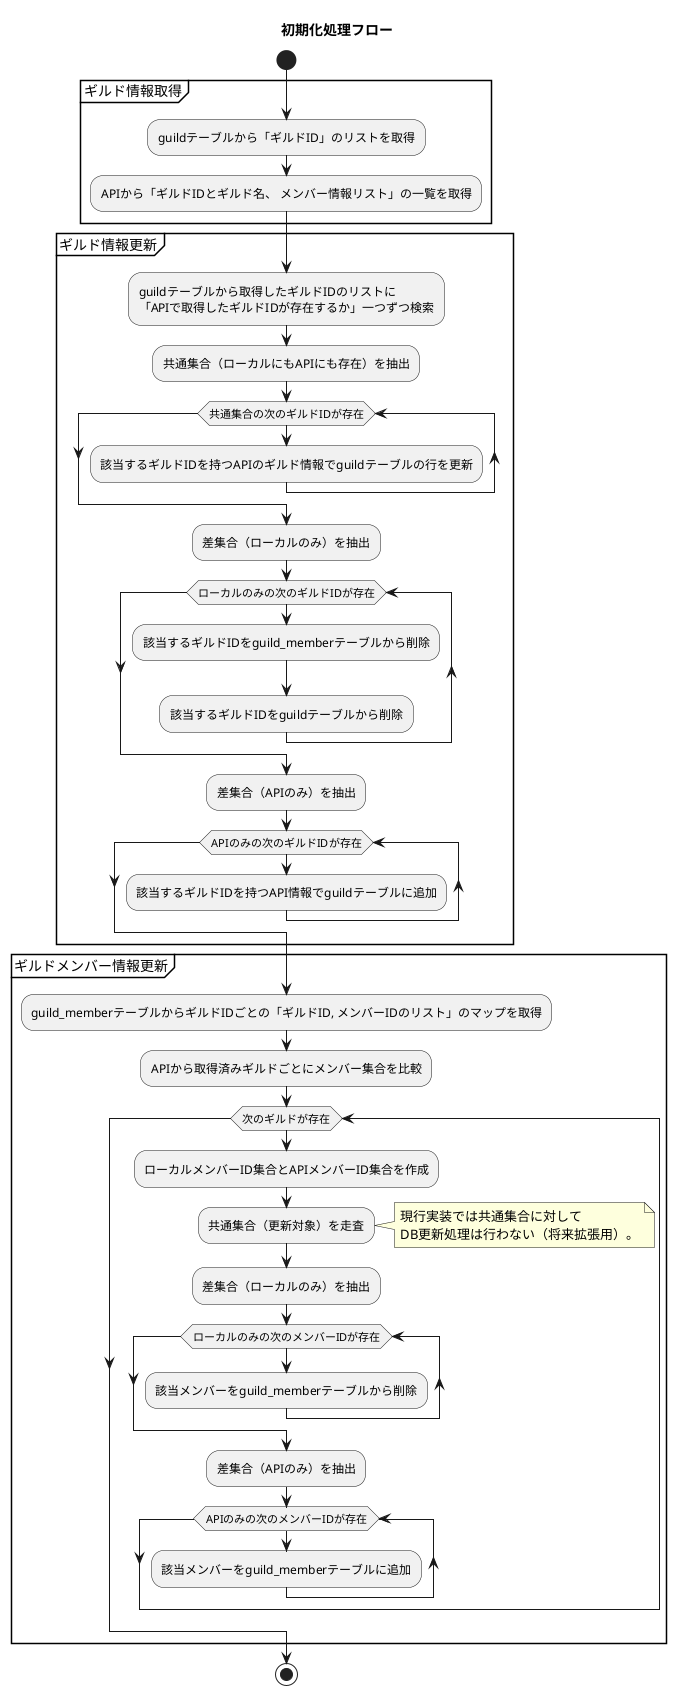
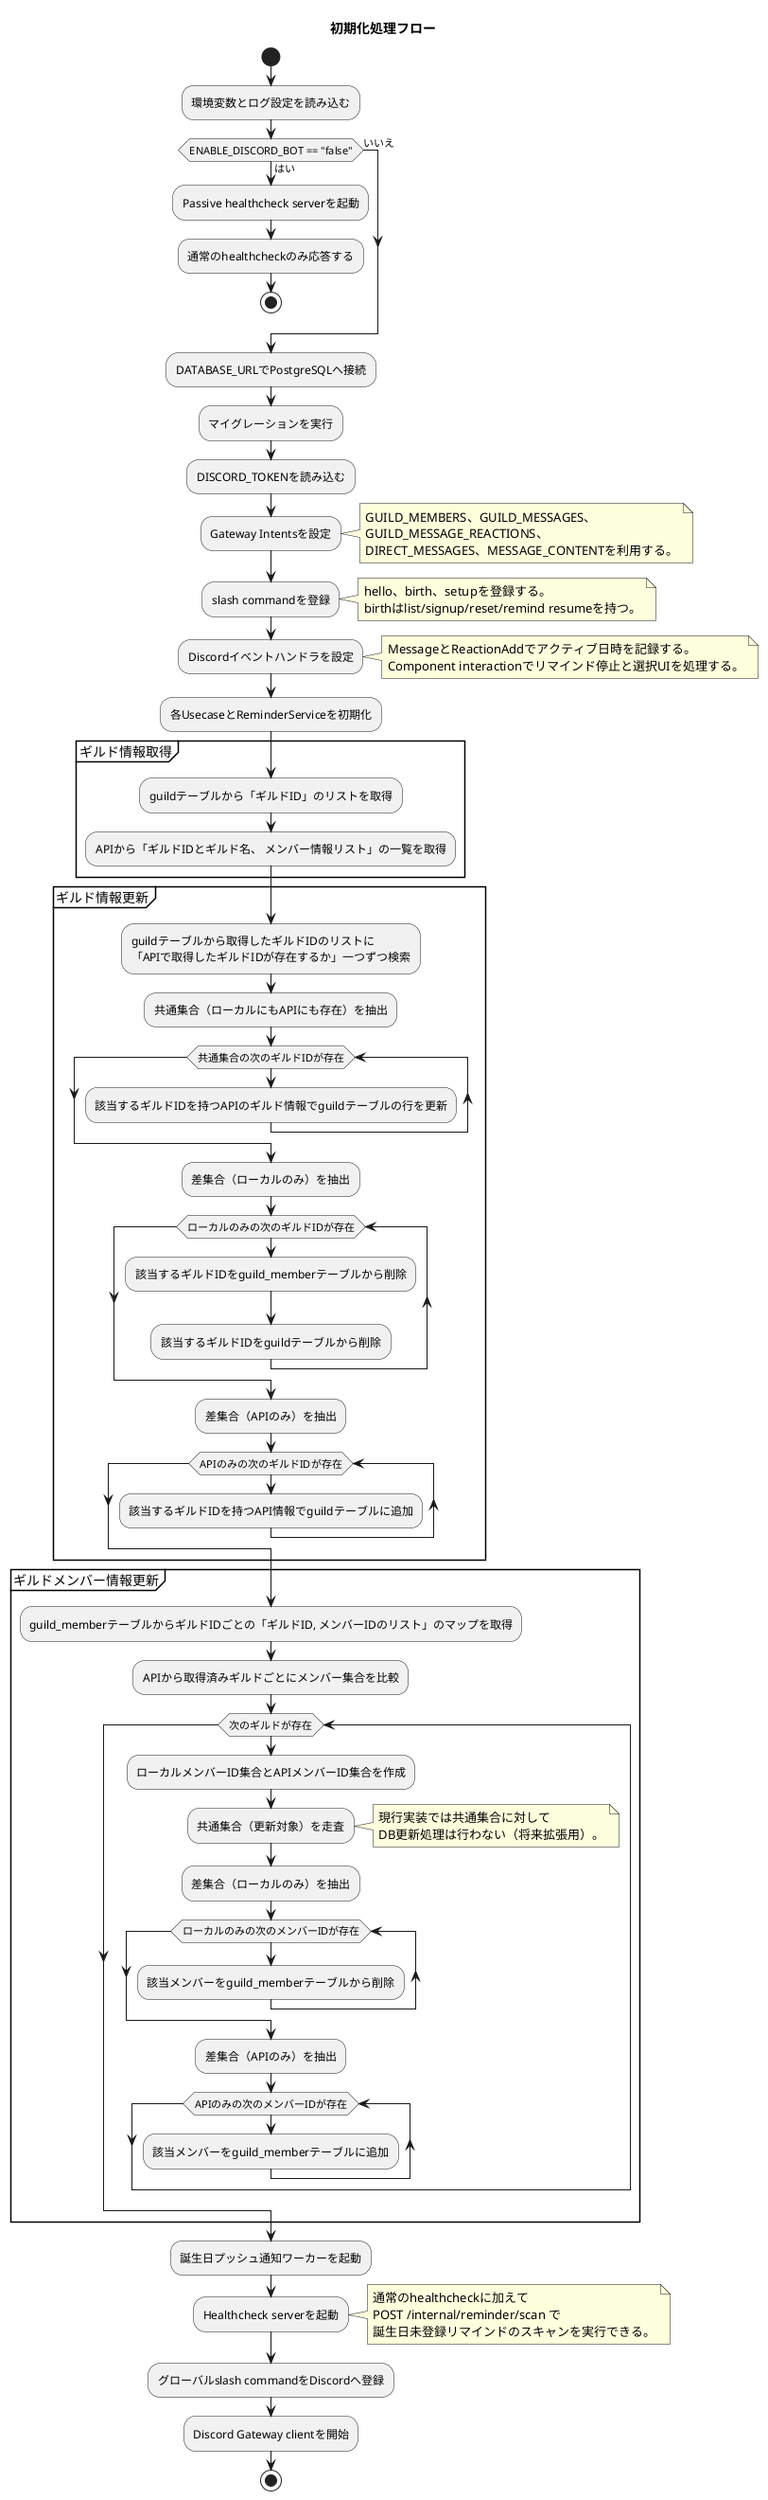
@startuml
title 初期化処理フロー
start
+ 
+ :環境変数とログ設定を読み込む;
+ 
+ if (ENABLE_DISCORD_BOT == "false") is (はい) then
+   :Passive healthcheck serverを起動;
+   :通常のhealthcheckのみ応答する;
+   stop
+ else (いいえ)
+ endif
+ 
+ :DATABASE_URLでPostgreSQLへ接続;
+ :マイグレーションを実行;
+ :DISCORD_TOKENを読み込む;
+ :Gateway Intentsを設定;
+ note right
+   GUILD_MEMBERS、GUILD_MESSAGES、
+   GUILD_MESSAGE_REACTIONS、
+   DIRECT_MESSAGES、MESSAGE_CONTENTを利用する。
+ end note
+ 
+ :slash commandを登録;
+ note right
+   hello、birth、setupを登録する。
+   birthはlist/signup/reset/remind resumeを持つ。
+ end note
+ 
+ :Discordイベントハンドラを設定;
+ note right
+   MessageとReactionAddでアクティブ日時を記録する。
+   Component interactionでリマインド停止と選択UIを処理する。
+ end note
+ 
+ :各UsecaseとReminderServiceを初期化;

' 初期更新処理

' --- ギルド情報取得 -------------------------
partition "ギルド情報取得" {
:guildテーブルから「ギルドID」のリストを取得;

:APIから「ギルドIDとギルド名、 メンバー情報リスト」の一覧を取得;
}
' ----------------------------------------------------


' --- ギルド情報更新 -------------------------
partition "ギルド情報更新" {

:guildテーブルから取得したギルドIDのリストに
「APIで取得したギルドIDが存在するか」一つずつ検索;

:共通集合（ローカルにもAPIにも存在）を抽出;
while (共通集合の次のギルドIDが存在)
  :該当するギルドIDを持つAPIのギルド情報でguildテーブルの行を更新;
endwhile

:差集合（ローカルのみ）を抽出;
while (ローカルのみの次のギルドIDが存在)
  :該当するギルドIDをguild_memberテーブルから削除;
  :該当するギルドIDをguildテーブルから削除;
endwhile

:差集合（APIのみ）を抽出;
while (APIのみの次のギルドIDが存在)
  :該当するギルドIDを持つAPI情報でguildテーブルに追加;
endwhile

}
' ----------------------------------------------------


' --- ギルドメンバー情報更新 -------------------------
partition "ギルドメンバー情報更新" {

:guild_memberテーブルからギルドIDごとの「ギルドID, メンバーIDのリスト」のマップを取得;
:APIから取得済みギルドごとにメンバー集合を比較;

while (次のギルドが存在)
  :ローカルメンバーID集合とAPIメンバーID集合を作成;
  :共通集合（更新対象）を走査;
  note right
    現行実装では共通集合に対して
    DB更新処理は行わない（将来拡張用）。
  end note

  :差集合（ローカルのみ）を抽出;
  while (ローカルのみの次のメンバーIDが存在)
    :該当メンバーをguild_memberテーブルから削除;
  endwhile

  :差集合（APIのみ）を抽出;
  while (APIのみの次のメンバーIDが存在)
    :該当メンバーをguild_memberテーブルに追加;
  endwhile
endwhile

}
' ----------------------------------------------------

+ :誕生日プッシュ通知ワーカーを起動;
+ :Healthcheck serverを起動;
+ note right
+   通常のhealthcheckに加えて
+   POST /internal/reminder/scan で
+   誕生日未登録リマインドのスキャンを実行できる。
+ end note
+ 
+ :グローバルslash commandをDiscordへ登録;
+ :Discord Gateway clientを開始;
+ 
stop

@enduml
